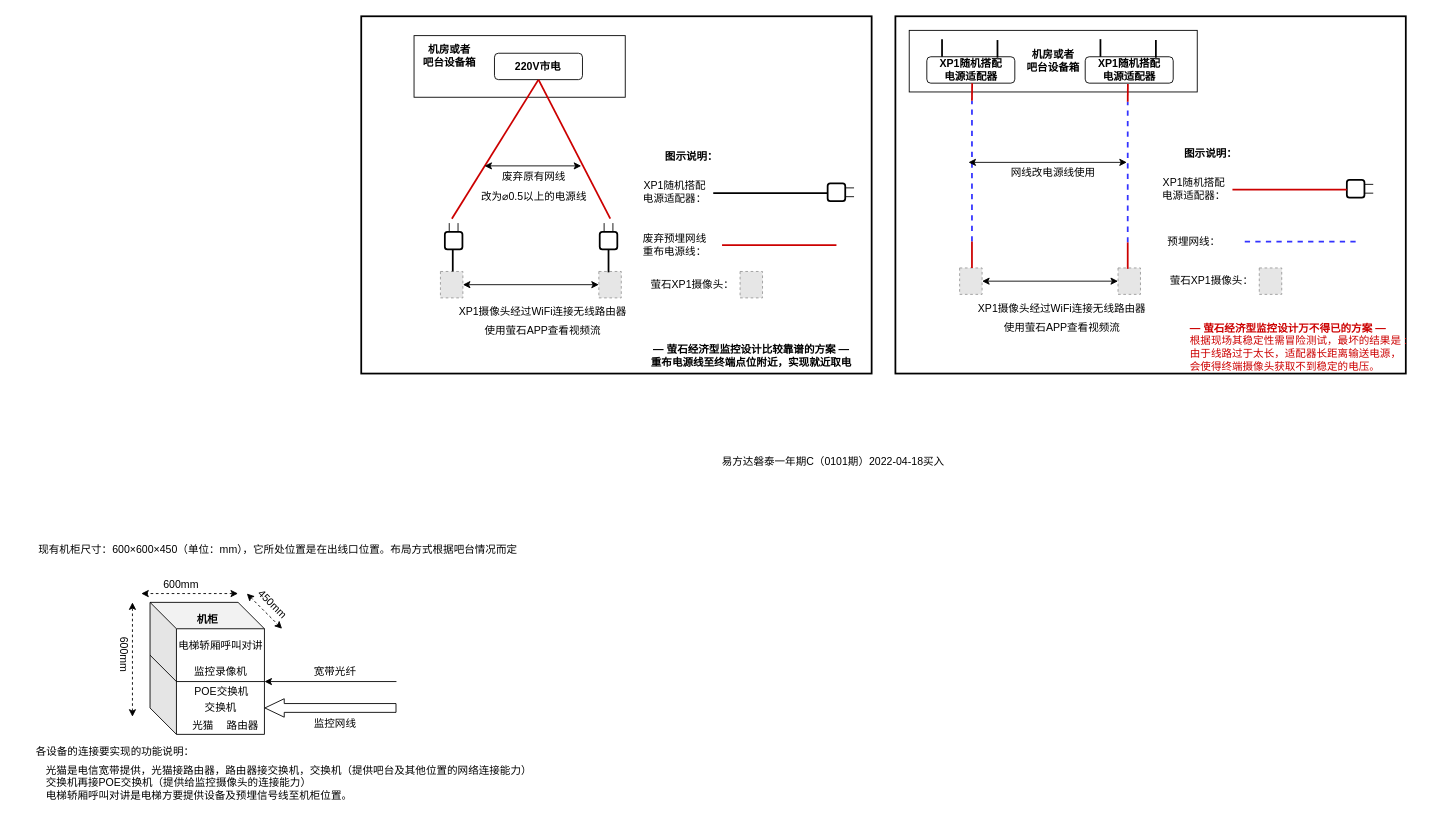
Above: 萤石XP1网线当电源线的使用方案.drawio in UTOUUCENTER-CD/Aqara (draw.io), before the change. Source tidied: cells renumbered, new cells numbered last; positions are measured from the earlier drawing's top-left corner, leaving out a move shared by most shapes. Both pictures are drawn from the tidied source at 88%, with x=0, y=0 at pixel (26, 16). Pictures stored in the file or linked from it are replaced by grey dashed boxes.
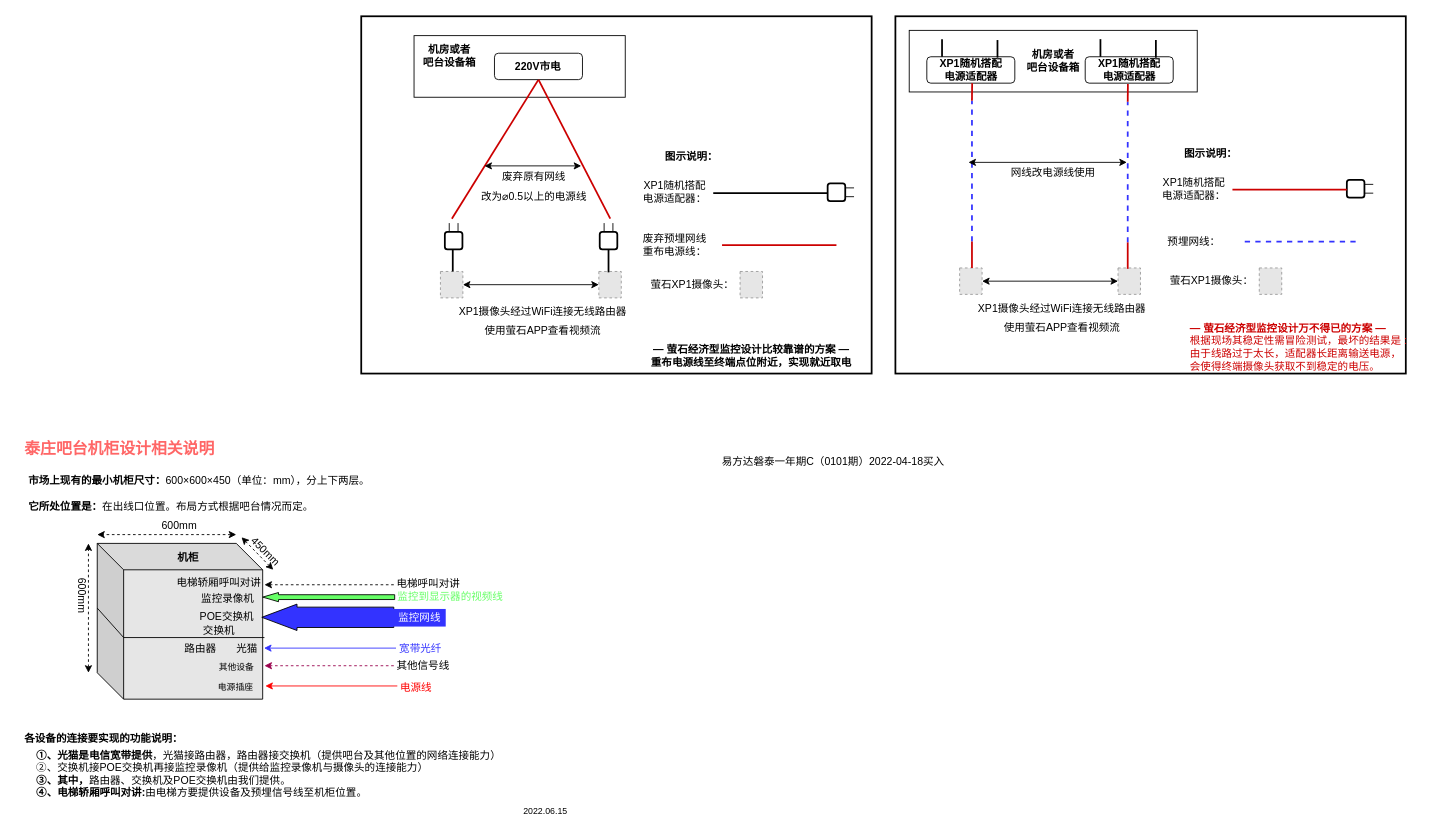
The same page after the edit.

Commit message:
Update 萤石XP1网线当电源线的使用方案.drawio

What changed in the source:
```diff
@@
-    <mxCell id="70" style="shape=cube;whiteSpace=wrap;html=1;boundedLbl=1;backgroundOutline=1;darkOpacity=0.05;darkOpacity2=0.1;size=30;" parent="1" vertex="1">
-      <mxGeometry x="140" y="666" width="130" height="150" as="geometry" />
+    <mxCell id="70" style="shape=cube;whiteSpace=wrap;html=1;boundedLbl=1;backgroundOutline=1;darkOpacity=0.05;darkOpacity2=0.1;size=30;fillColor=#E6E6E6;" parent="1" vertex="1">
+      <mxGeometry x="80" y="599" width="188" height="177" as="geometry" />
     </mxCell>
-    <mxCell id="71" style="endArrow=none;html=1;rounded=0;entryX=0;entryY=0;entryDx=130;entryDy=90;entryPerimeter=0;" parent="1" edge="1" target="70">
+    <mxCell id="71" style="endArrow=none;html=1;rounded=0;" parent="1" edge="1">
       <mxGeometry relative="1" as="geometry">
-        <mxPoint x="170" y="756" as="sourcePoint" />
+        <mxPoint x="110" y="706" as="sourcePoint" />
+        <mxPoint x="270" y="706" as="targetPoint" />
       </mxGeometry>
     </mxCell>
-    <mxCell id="72" style="endArrow=none;html=1;rounded=0;exitX=0;exitY=0;exitDx=0;exitDy=60;exitPerimeter=0;" parent="1" edge="1" source="70">
+    <mxCell id="72" style="endArrow=none;html=1;rounded=0;exitX=0;exitY=0;exitDx=0;exitDy=73.5;exitPerimeter=0;" parent="1" edge="1" source="70">
       <mxGeometry relative="1" as="geometry">
-        <mxPoint x="170" y="756" as="targetPoint" />
+        <mxPoint x="110" y="706" as="targetPoint" />
       </mxGeometry>
     </mxCell>
     <mxCell id="73" value="&lt;b&gt;机柜&lt;/b&gt;" style="text;html=1;align=center;verticalAlign=middle;strokeColor=none;fillColor=none;" parent="1" vertex="1">
-      <mxGeometry x="185" y="676" width="40" height="20" as="geometry" />
+      <mxGeometry x="163" y="606" width="40" height="20" as="geometry" />
     </mxCell>
-    <mxCell id="74" value="宽带光纤" style="text;html=1;align=center;verticalAlign=middle;strokeColor=none;fillColor=none;" parent="1" vertex="1">
-      <mxGeometry x="320" y="735" width="60" height="20" as="geometry" />
-    </mxCell>
-    <mxCell id="75" style="shape=flexArrow;endArrow=classic;html=1;rounded=0;endWidth=10;endSize=7;" parent="1" edge="1">
-      <mxGeometry relative="1" as="geometry">
-        <mxPoint x="420" y="786" as="sourcePoint" />
-        <mxPoint x="270" y="786" as="targetPoint" />
-      </mxGeometry>
-    </mxCell>
-    <mxCell id="76" value="监控网线" style="text;html=1;align=center;verticalAlign=middle;strokeColor=none;fillColor=none;" parent="1" vertex="1">
-      <mxGeometry x="320" y="794" width="60" height="20" as="geometry" />
-    </mxCell>
-    <mxCell id="77" style="endArrow=classic;html=1;rounded=0;entryX=0;entryY=0;entryDx=130;entryDy=90;entryPerimeter=0;" parent="1" edge="1" target="70">
-      <mxGeometry relative="1" as="geometry">
-        <mxPoint x="420" y="756" as="sourcePoint" />
-      </mxGeometry>
-    </mxCell>
     <mxCell id="78" value="监控录像机" style="text;html=1;align=center;verticalAlign=middle;strokeColor=none;fillColor=none;" parent="1" vertex="1">
-      <mxGeometry x="180" y="735" width="80" height="20" as="geometry" />
+      <mxGeometry x="188" y="652" width="80" height="20" as="geometry" />
     </mxCell>
     <mxCell id="79" value="交换机" style="text;html=1;align=center;verticalAlign=middle;strokeColor=none;fillColor=none;" parent="1" vertex="1">
-      <mxGeometry x="195" y="776" width="50" height="20" as="geometry" />
+      <mxGeometry x="193" y="689" width="50" height="20" as="geometry" />
     </mxCell>
-    <mxCell id="80" value="路由器" style="text;html=1;align=center;verticalAlign=middle;strokeColor=none;fillColor=none;" parent="1" vertex="1">
-      <mxGeometry x="220" y="796" width="50" height="20" as="geometry" />
-    </mxCell>
-    <mxCell id="81" value="光猫" style="text;html=1;align=center;verticalAlign=middle;strokeColor=none;fillColor=none;" parent="1" vertex="1">
-      <mxGeometry x="180" y="796" width="40" height="20" as="geometry" />
-    </mxCell>
     <mxCell id="82" value="电梯轿厢呼叫对讲" style="text;html=1;align=center;verticalAlign=middle;strokeColor=none;fillColor=none;" parent="1" vertex="1">
-      <mxGeometry x="165" y="705" width="110" height="20" as="geometry" />
+      <mxGeometry x="163" y="634" width="110" height="20" as="geometry" />
     </mxCell>
-    <mxCell id="83" value="光猫是电信宽带提供，光猫接路由器，路由器接交换机，交换机（提供吧台及其他位置的网络连接能力）&lt;br&gt;交换机再接POE交换机（提供给监控摄像头的连接能力）&lt;br&gt;电梯轿厢呼叫对讲是电梯方要提供设备及预埋信号线至机柜位置。" style="text;html=1;align=left;verticalAlign=middle;strokeColor=none;fillColor=none;" parent="1" vertex="1">
-      <mxGeometry x="20" y="846" width="570" height="50" as="geometry" />
+    <mxCell id="83" value="&lt;b&gt;①、光猫是电信宽带提供&lt;/b&gt;，光猫接路由器，路由器接交换机（提供吧台及其他位置的网络连接能力）&lt;br&gt;②、交换机接POE交换机再接监控录像机（提供给监控录像机与摄像头的连接能力）&lt;br&gt;&lt;b&gt;③、其中，&lt;/b&gt;路由器、交换机及POE交换机由我们提供。&lt;br&gt;&lt;b&gt;④、电梯轿厢呼叫对讲:&lt;/b&gt;由电梯方要提供设备及预埋信号线至机柜位置。" style="text;html=1;align=left;verticalAlign=middle;strokeColor=none;fillColor=none;" parent="1" vertex="1">
+      <mxGeometry x="9" y="831" width="540" height="60" as="geometry" />
     </mxCell>
     <mxCell id="84" value="POE交换机" style="text;html=1;align=center;verticalAlign=middle;strokeColor=none;fillColor=none;" parent="1" vertex="1">
-      <mxGeometry x="181" y="758" width="80" height="20" as="geometry" />
+      <mxGeometry x="187" y="672" width="80" height="20" as="geometry" />
     </mxCell>
-    <mxCell id="85" value="各设备的连接要实现的功能说明：" style="text;html=1;align=center;verticalAlign=middle;strokeColor=none;fillColor=none;" parent="1" vertex="1">
-      <mxGeometry y="826" width="200" height="20" as="geometry" />
+    <mxCell id="85" value="&lt;b&gt;各设备的连接要实现的功能说明：&lt;/b&gt;" style="text;html=1;align=center;verticalAlign=middle;strokeColor=none;fillColor=none;" parent="1" vertex="1">
+      <mxGeometry x="-13" y="811" width="200" height="20" as="geometry" />
     </mxCell>
     <mxCell id="86" style="endArrow=classic;startArrow=classic;html=1;rounded=0;dashed=1;" parent="1" edge="1">
       <mxGeometry relative="1" as="geometry">
-        <mxPoint x="120" y="796" as="sourcePoint" />
-        <mxPoint x="120" y="666" as="targetPoint" />
+        <mxPoint x="70" y="746" as="sourcePoint" />
+        <mxPoint x="70" y="599" as="targetPoint" />
       </mxGeometry>
     </mxCell>
     <mxCell id="87" style="endArrow=classic;startArrow=classic;html=1;rounded=0;dashed=1;" parent="1" edge="1">
       <mxGeometry relative="1" as="geometry">
-        <mxPoint x="240" y="656" as="sourcePoint" />
-        <mxPoint x="130" y="656" as="targetPoint" />
+        <mxPoint x="238" y="589" as="sourcePoint" />
+        <mxPoint x="80" y="589" as="targetPoint" />
       </mxGeometry>
     </mxCell>
     <mxCell id="88" style="endArrow=classic;startArrow=classic;html=1;rounded=0;dashed=1;" parent="1" edge="1">
       <mxGeometry relative="1" as="geometry">
-        <mxPoint x="250" y="656" as="sourcePoint" />
-        <mxPoint x="290" y="696" as="targetPoint" />
+        <mxPoint x="244" y="592" as="sourcePoint" />
+        <mxPoint x="280" y="629" as="targetPoint" />
       </mxGeometry>
     </mxCell>
     <mxCell id="89" value="600mm" style="text;html=1;align=center;verticalAlign=middle;strokeColor=none;fillColor=none;" parent="1" vertex="1">
-      <mxGeometry x="145" y="636" width="60" height="20" as="geometry" />
+      <mxGeometry x="143" y="569" width="60" height="20" as="geometry" />
     </mxCell>
     <mxCell id="90" value="600mm" style="text;html=1;align=center;verticalAlign=middle;strokeColor=none;fillColor=none;rotation=90;" parent="1" vertex="1">
-      <mxGeometry x="80" y="715" width="60" height="20" as="geometry" />
+      <mxGeometry x="33" y="648" width="60" height="20" as="geometry" />
     </mxCell>
     <mxCell id="91" value="450mm" style="text;html=1;align=center;verticalAlign=middle;strokeColor=none;fillColor=none;rotation=45;" parent="1" vertex="1">
-      <mxGeometry x="249" y="658" width="60" height="20" as="geometry" />
+      <mxGeometry x="241" y="598" width="60" height="20" as="geometry" />
     </mxCell>
-    <mxCell id="92" value="现有机柜尺寸：600×600×450（单位：mm），它所处位置是在出线口位置。布局方式根据吧台情况而定" style="text;html=1;align=center;verticalAlign=middle;strokeColor=none;fillColor=none;" parent="1" vertex="1">
-      <mxGeometry y="596" width="570" height="20" as="geometry" />
+    <mxCell id="92" value="&lt;b&gt;市场上现有的最小机柜尺寸：&lt;/b&gt;600×600×450（单位：mm），分上下两层。&lt;br&gt;&lt;br&gt;&lt;b&gt;它所处位置是：&lt;/b&gt;在出线口位置。布局方式根据吧台情况而定。" style="text;html=1;align=left;verticalAlign=middle;strokeColor=none;fillColor=none;" parent="1" vertex="1">
+      <mxGeometry y="517" width="410" height="50" as="geometry" />
     </mxCell>
+    <mxCell id="93" value="&lt;font color=&quot;#ff6666&quot; style=&quot;font-size: 18px;&quot;&gt;&lt;b&gt;泰庄吧台机柜设计相关说明&lt;/b&gt;&lt;/font&gt;" style="text;html=1;align=center;verticalAlign=middle;strokeColor=none;fillColor=none;fontColor=#3333FF;" parent="1" vertex="1">
+      <mxGeometry x="-10" y="482" width="230" height="20" as="geometry" />
+    </mxCell>
+    <mxCell id="94" value="&lt;font color=&quot;#000000&quot; style=&quot;font-size: 10px;&quot;&gt;2022.06.15&lt;/font&gt;" style="text;html=1;align=center;verticalAlign=middle;strokeColor=none;fillColor=none;fontSize=18;fontColor=#3333FF;" parent="1" vertex="1">
+      <mxGeometry x="549" y="886" width="80" height="30" as="geometry" />
+    </mxCell>
+    <mxCell id="95" style="group;" parent="1" vertex="1">
+      <mxGeometry x="269.5" y="709" width="207" height="20" as="geometry" />
+    </mxCell>
+    <mxCell id="74" value="&lt;font color=&quot;#3333ff&quot;&gt;宽带光纤&lt;/font&gt;" style="text;html=1;align=center;verticalAlign=middle;strokeColor=none;fillColor=none;" parent="95" vertex="1">
+      <mxGeometry x="147" width="60" height="20" as="geometry" />
+    </mxCell>
+    <mxCell id="77" style="endArrow=classic;html=1;rounded=0;entryX=0;entryY=0;entryDx=130;entryDy=90;entryPerimeter=0;strokeColor=#3333FF;" parent="95" edge="1">
+      <mxGeometry relative="1" as="geometry">
+        <mxPoint x="150" y="9" as="sourcePoint" />
+        <mxPoint y="9" as="targetPoint" />
+      </mxGeometry>
+    </mxCell>
+    <mxCell id="96" style="group;" parent="1" vertex="1">
+      <mxGeometry x="267" y="668" width="209" height="30" as="geometry" />
+    </mxCell>
+    <mxCell id="97" style="shape=singleArrow;direction=west;whiteSpace=wrap;html=1;fillColor=#3333FF;arrowWidth=0.7714285714285715;arrowSize=0.26666666666666666;" parent="96" vertex="1">
+      <mxGeometry width="150" height="30" as="geometry" />
+    </mxCell>
+    <mxCell id="76" value="&lt;font color=&quot;#ffffff&quot;&gt;监控网线&lt;/font&gt;" style="text;html=1;align=center;verticalAlign=middle;strokeColor=none;fillColor=#3333FF;" parent="96" vertex="1">
+      <mxGeometry x="149" y="5.5" width="60" height="20" as="geometry" />
+    </mxCell>
+    <mxCell id="98" style="group;" parent="1" vertex="1">
+      <mxGeometry x="268" y="650" width="283" height="20" as="geometry" />
+    </mxCell>
+    <mxCell id="99" style="shape=singleArrow;direction=west;whiteSpace=wrap;html=1;fillColor=#66FF66;arrowWidth=0.5238095238095238;arrowSize=0.12;" parent="98" vertex="1">
+      <mxGeometry y="4.8" width="150" height="10.5" as="geometry" />
+    </mxCell>
+    <mxCell id="100" value="&lt;font color=&quot;#66ff66&quot;&gt;监控到显示器的视频线&lt;/font&gt;" style="text;html=1;align=center;verticalAlign=middle;strokeColor=none;fillColor=none;fontColor=#FF0000;" parent="98" vertex="1">
+      <mxGeometry x="143" width="140" height="20" as="geometry" />
+    </mxCell>
+    <mxCell id="101" style="group;" parent="1" vertex="1">
+      <mxGeometry x="270" y="635" width="231" height="20" as="geometry" />
+    </mxCell>
+    <mxCell id="102" style="endArrow=classic;html=1;rounded=0;dashed=1;entryX=1.06;entryY=0.85;entryDx=0;entryDy=0;entryPerimeter=0;" parent="101" edge="1">
+      <mxGeometry relative="1" as="geometry">
+        <mxPoint x="147" y="11" as="sourcePoint" />
+        <mxPoint y="11" as="targetPoint" />
+      </mxGeometry>
+    </mxCell>
+    <mxCell id="103" value="电梯呼叫对讲" style="text;html=1;align=center;verticalAlign=middle;strokeColor=none;fillColor=none;" parent="101" vertex="1">
+      <mxGeometry x="141" width="90" height="20" as="geometry" />
+    </mxCell>
+    <mxCell id="104" style="group;" parent="1" vertex="1">
+      <mxGeometry x="271" y="753" width="195.5" height="20" as="geometry" />
+    </mxCell>
+    <mxCell id="105" style="endArrow=classic;html=1;rounded=0;entryX=0;entryY=0;entryDx=130;entryDy=90;entryPerimeter=0;strokeColor=#FF0000;" parent="104" edge="1">
+      <mxGeometry relative="1" as="geometry">
+        <mxPoint x="150" y="8" as="sourcePoint" />
+        <mxPoint y="8" as="targetPoint" />
+      </mxGeometry>
+    </mxCell>
+    <mxCell id="106" value="&lt;font color=&quot;#ff0000&quot;&gt;电源线&lt;/font&gt;" style="text;html=1;align=center;verticalAlign=middle;strokeColor=none;fillColor=none;fontColor=#FFFFFF;" parent="104" vertex="1">
+      <mxGeometry x="145.5" width="50" height="20" as="geometry" />
+    </mxCell>
+    <mxCell id="107" value="&lt;font color=&quot;#000000&quot;&gt;其他设备&lt;/font&gt;" style="text;html=1;align=center;verticalAlign=middle;strokeColor=none;fillColor=none;fontSize=10;fontColor=#FF6666;" parent="1" vertex="1">
+      <mxGeometry x="208" y="729" width="60" height="20" as="geometry" />
+    </mxCell>
+    <mxCell id="108" style="group;" parent="1" vertex="1">
+      <mxGeometry x="172" y="709" width="97.5" height="20" as="geometry" />
+    </mxCell>
+    <mxCell id="80" value="路由器" style="text;html=1;align=center;verticalAlign=middle;strokeColor=none;fillColor=none;" parent="108" vertex="1">
+      <mxGeometry width="50" height="20" as="geometry" />
+    </mxCell>
+    <mxCell id="81" value="光猫" style="text;html=1;align=center;verticalAlign=middle;strokeColor=none;fillColor=none;" parent="108" vertex="1">
+      <mxGeometry x="57.5" width="40" height="20" as="geometry" />
+    </mxCell>
+    <mxCell id="109" style="group;" parent="1" vertex="1">
+      <mxGeometry x="270" y="728" width="220" height="20" as="geometry" />
+    </mxCell>
+    <mxCell id="110" style="endArrow=classic;html=1;rounded=0;dashed=1;entryX=1.06;entryY=0.85;entryDx=0;entryDy=0;entryPerimeter=0;strokeColor=#99004D;" parent="109" edge="1">
+      <mxGeometry relative="1" as="geometry">
+        <mxPoint x="147" y="10" as="sourcePoint" />
+        <mxPoint y="10" as="targetPoint" />
+      </mxGeometry>
+    </mxCell>
+    <mxCell id="111" value="其他信号线" style="text;html=1;align=center;verticalAlign=middle;strokeColor=none;fillColor=none;" parent="109" vertex="1">
+      <mxGeometry x="140" width="80" height="20" as="geometry" />
+    </mxCell>
+    <mxCell id="112" value="电源插座" style="text;html=1;align=center;verticalAlign=middle;strokeColor=none;fillColor=none;fontSize=10;fontColor=#000000;" parent="1" vertex="1">
+      <mxGeometry x="207" y="752" width="60" height="20" as="geometry" />
+    </mxCell>
```
